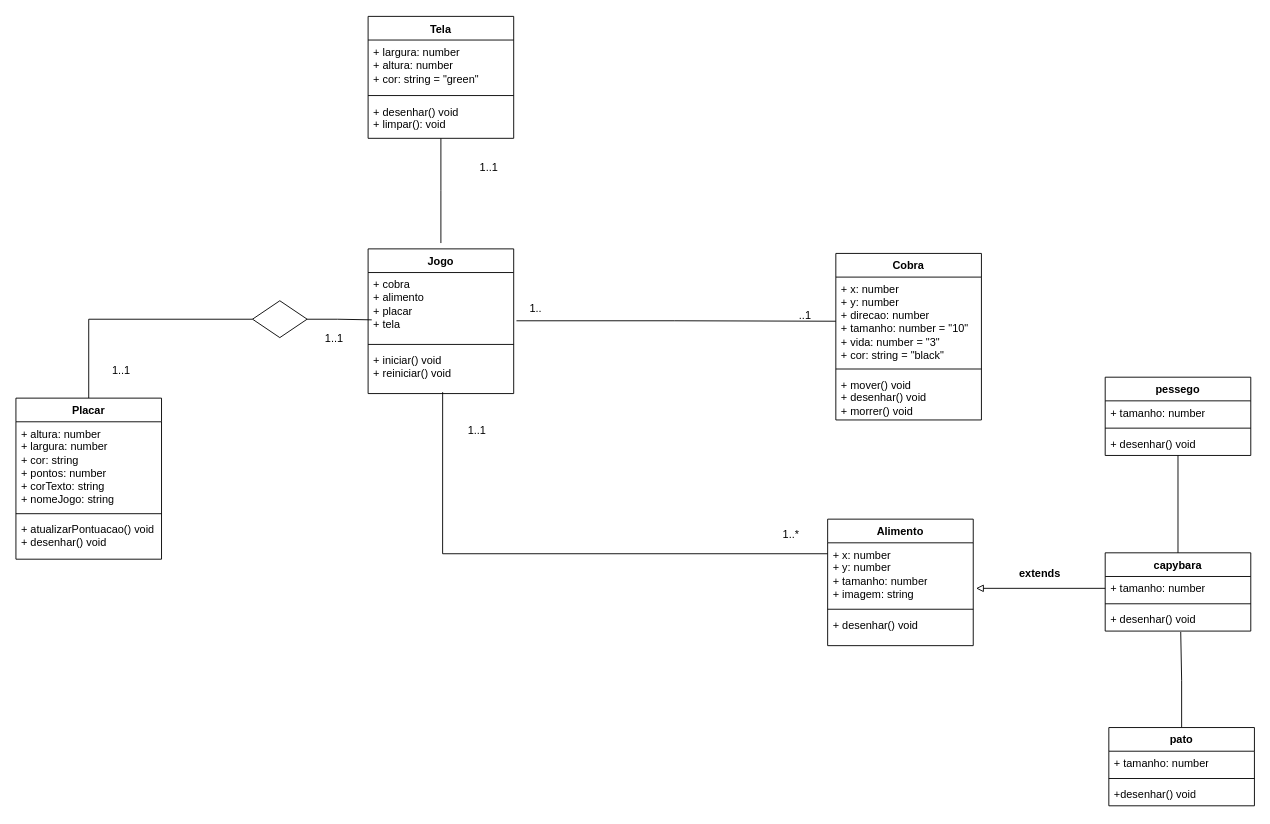
This is diagramaCobra.drawio from lukveillard/Cobra_game, a draw.io file, before an edit. Source tidied: cells renumbered, new cells numbered last; positions are measured from the earlier drawing's top-left corner, leaving out a move shared by most shapes. Both pictures are drawn from the tidied source at 91%, with x=0, y=0 at pixel (15, 16).
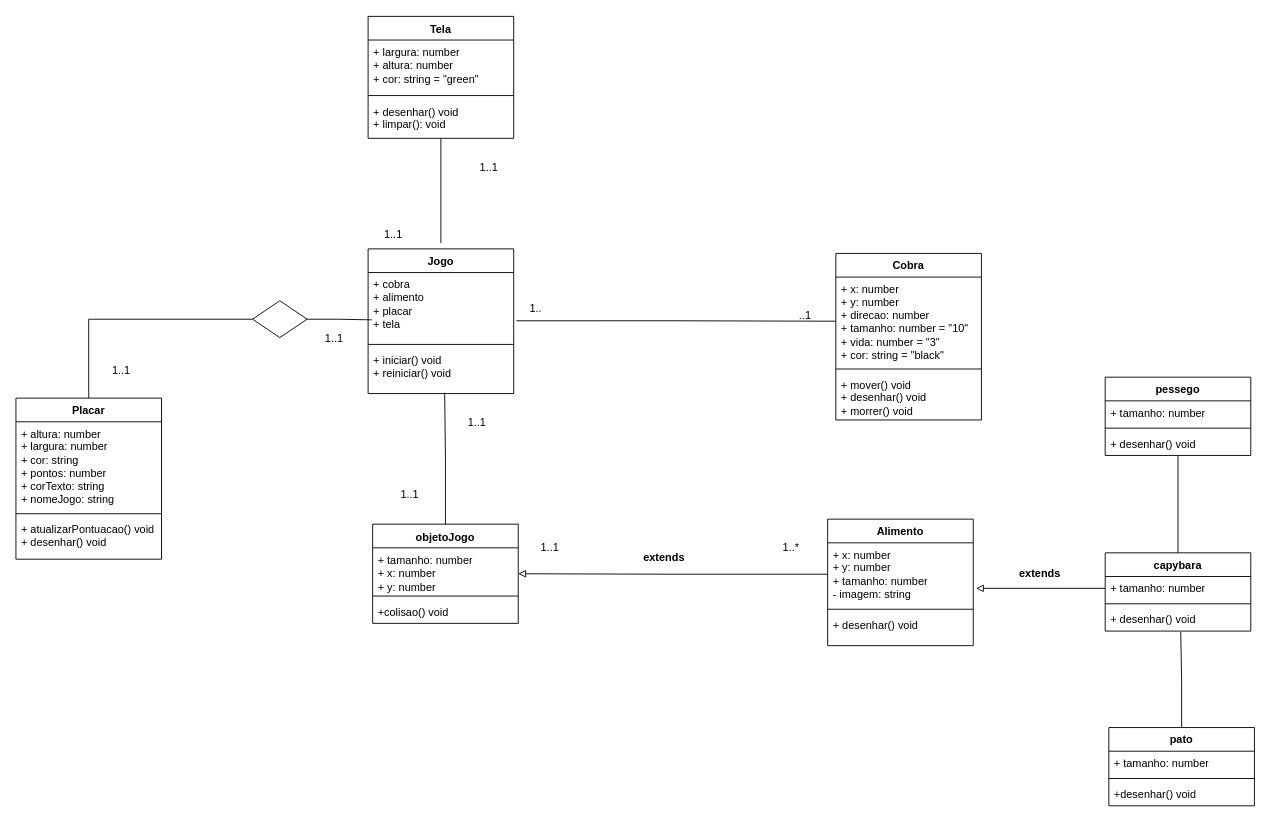
The same diagram, later.

The change refers to these unchanged cells:
```xml
<mxCell id="10" value="+ iniciar() void&lt;div&gt;+ reiniciar() void&lt;/div&gt;" style="text;strokeColor=none;fillColor=none;align=left;verticalAlign=top;spacingLeft=4;spacingRight=4;overflow=hidden;points=[[0,0.5],[1,0.5]];portConstraint=eastwest;whiteSpace=wrap;html=1;" parent="7" vertex="1">
  <mxGeometry y="109" width="160" height="50" as="geometry" />
</mxCell>
<mxCell id="12" value="Alimento" style="swimlane;fontStyle=1;align=center;verticalAlign=top;horizontal=1;startSize=26;whiteSpace=wrap;html=1;" parent="1" vertex="1">
  <mxGeometry x="892" y="552" width="160" height="139" as="geometry" />
</mxCell>
```

Change to the diagram source:
```diff
@@
-    <mxCell id="11" style="edgeStyle=orthogonalEdgeStyle;rounded=0;jettySize=auto;html=1;entryX=0.512;entryY=0.969;entryDx=0;entryDy=0;entryPerimeter=0;endArrow=none;endFill=0;" parent="1" edge="1" source="12" target="10">
-      <mxGeometry relative="1" as="geometry">
-        <Array as="points">
-          <mxPoint x="469" y="590" />
-        </Array>
-      </mxGeometry>
-    </mxCell>
@@
-    <mxCell id="13" value="+ x: number&lt;div&gt;+ y: number&amp;nbsp;&lt;div&gt;+ tamanho: number&lt;/div&gt;&lt;/div&gt;&lt;div&gt;+ imagem: string&lt;/div&gt;" style="text;strokeColor=none;fillColor=none;align=left;verticalAlign=top;spacingLeft=4;spacingRight=4;overflow=hidden;points=[[0,0.5],[1,0.5]];portConstraint=eastwest;whiteSpace=wrap;html=1;" parent="12" vertex="1">
+    <mxCell id="13" value="+ x: number&lt;div&gt;+ y: number&amp;nbsp;&lt;div&gt;+ tamanho: number&lt;/div&gt;&lt;/div&gt;&lt;div&gt;- imagem: string&lt;/div&gt;" style="text;strokeColor=none;fillColor=none;align=left;verticalAlign=top;spacingLeft=4;spacingRight=4;overflow=hidden;points=[[0,0.5],[1,0.5]];portConstraint=eastwest;whiteSpace=wrap;html=1;" parent="12" vertex="1">
       <mxGeometry y="26" width="160" height="69" as="geometry" />
     </mxCell>
@@
     <mxCell id="31" value="1..*" style="text;html=1;align=center;verticalAlign=middle;whiteSpace=wrap;rounded=0;" parent="1" vertex="1">
-      <mxGeometry x="822" y="554" width="60" height="30" as="geometry" />
+      <mxGeometry x="822" y="569" width="60" height="30" as="geometry" />
     </mxCell>
     <mxCell id="32" value="1..1" style="text;html=1;align=center;verticalAlign=middle;whiteSpace=wrap;rounded=0;" parent="1" vertex="1">
-      <mxGeometry x="477" y="428" width="60" height="54" as="geometry" />
+      <mxGeometry x="477" y="419" width="60" height="54" as="geometry" />
     </mxCell>
@@
+    <mxCell id="51" value="1..1" style="text;html=1;align=center;verticalAlign=middle;whiteSpace=wrap;rounded=0;" parent="1" vertex="1">
+      <mxGeometry x="385" y="224" width="60" height="30" as="geometry" />
+    </mxCell>
+    <mxCell id="52" value="objetoJogo" style="swimlane;fontStyle=1;align=center;verticalAlign=top;horizontal=1;startSize=26;whiteSpace=wrap;html=1;" parent="1" vertex="1">
+      <mxGeometry x="392" y="557.5" width="160" height="109" as="geometry" />
+    </mxCell>
+    <mxCell id="53" value="+ tamanho: number&lt;div&gt;+ x: number&lt;/div&gt;&lt;div&gt;+ y: number&lt;/div&gt;" style="text;strokeColor=none;fillColor=none;align=left;verticalAlign=top;spacingLeft=4;spacingRight=4;overflow=hidden;whiteSpace=wrap;html=1;" parent="52" vertex="1">
+      <mxGeometry y="26" width="160" height="49" as="geometry" />
+    </mxCell>
+    <mxCell id="54" style="line;strokeWidth=1;fillColor=none;align=left;verticalAlign=middle;spacingTop=-1;spacingLeft=3;spacingRight=3;labelPosition=right;strokeColor=inherit;" parent="52" vertex="1">
+      <mxGeometry y="75" width="160" height="8" as="geometry" />
+    </mxCell>
+    <mxCell id="55" value="+colisao() void" style="text;strokeColor=none;fillColor=none;align=left;verticalAlign=top;spacingLeft=4;spacingRight=4;overflow=hidden;whiteSpace=wrap;html=1;" parent="52" vertex="1">
+      <mxGeometry y="83" width="160" height="26" as="geometry" />
+    </mxCell>
+    <mxCell id="56" style="edgeStyle=orthogonalEdgeStyle;rounded=0;jettySize=auto;html=1;entryX=1;entryY=0.5;entryDx=0;entryDy=0;endArrow=block;endFill=0;" parent="1" edge="1" source="13" target="52">
+      <mxGeometry relative="1" as="geometry" />
+    </mxCell>
+    <mxCell id="57" style="edgeStyle=orthogonalEdgeStyle;rounded=0;jettySize=auto;html=1;entryX=0.526;entryY=0.98;entryDx=0;entryDy=0;entryPerimeter=0;endArrow=none;endFill=0;" parent="1" edge="1" source="52" target="10">
+      <mxGeometry relative="1" as="geometry" />
+    </mxCell>
+    <mxCell id="58" value="1..1" style="text;html=1;align=center;verticalAlign=middle;whiteSpace=wrap;rounded=0;" parent="1" vertex="1">
+      <mxGeometry x="557" y="557" width="60" height="54" as="geometry" />
+    </mxCell>
+    <mxCell id="59" value="1..1" style="text;html=1;align=center;verticalAlign=middle;whiteSpace=wrap;rounded=0;" parent="1" vertex="1">
+      <mxGeometry x="403" y="498" width="60" height="54" as="geometry" />
+    </mxCell>
+    <mxCell id="60" value="extends" style="text;align=center;fontStyle=1;verticalAlign=middle;spacingLeft=3;spacingRight=3;strokeColor=none;html=1;" parent="1" vertex="1">
+      <mxGeometry x="672" y="581" width="80" height="26" as="geometry" />
+    </mxCell>
```
